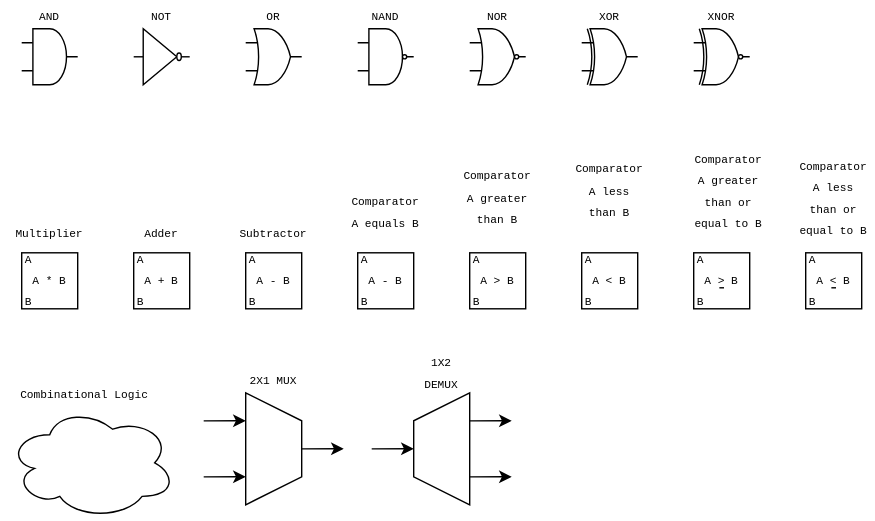
Earlier version of the draw.io export primitives.svg (tms4517/drawio_ai_schematic). Source tidied: cells renumbered, new cells last; positions are measured from the earlier drawing's top-left corner, leaving out a move shared by most shapes.
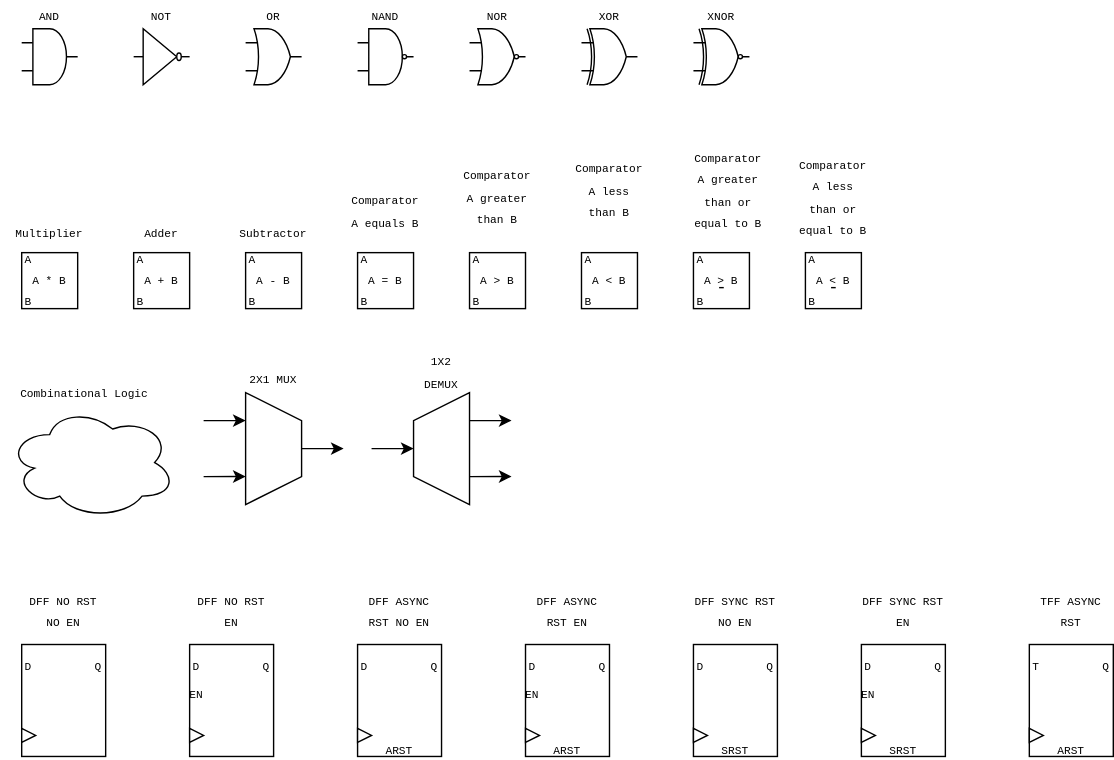
The same file after the commit.

Commit message:
Include common FFs in primitives file

Diff of the diagram source:
```diff
@@ -241,11 +241,140 @@
     <mxCell id="73" value="&lt;font style=&quot;font-size: 8px;&quot;&gt;A&amp;nbsp; &amp;nbsp;B&lt;/font&gt;" style="text;html=1;whiteSpace=wrap;strokeColor=none;fillColor=none;align=center;verticalAlign=middle;rounded=0;fontFamily=Monospace;" parent="1" vertex="1">
       <mxGeometry x="255" y="195" width="40" height="10" as="geometry" />
     </mxCell>
-    <mxCell id="74" value="&lt;span style=&quot;font-size: 8px;&quot;&gt;-&lt;/span&gt;" style="text;html=1;whiteSpace=wrap;strokeColor=none;fillColor=none;align=center;verticalAlign=middle;rounded=0;fontFamily=Monospace;" parent="1" vertex="1">
+    <mxCell id="74" value="&lt;span style=&quot;font-size: 8px;&quot;&gt;=&lt;/span&gt;" style="text;html=1;whiteSpace=wrap;strokeColor=none;fillColor=none;align=center;verticalAlign=middle;rounded=0;fontFamily=Monospace;" parent="1" vertex="1">
       <mxGeometry x="245" y="185" width="60" height="30" as="geometry" />
     </mxCell>
     <mxCell id="75" value="&lt;font face=&quot;monospace&quot;&gt;&lt;span style=&quot;font-size: 8px;&quot;&gt;Comparator A equals B&lt;/span&gt;&lt;/font&gt;" style="text;html=1;whiteSpace=wrap;strokeColor=none;fillColor=none;align=center;verticalAlign=middle;rounded=0;" parent="1" vertex="1">
       <mxGeometry x="255" y="120" width="40" height="60" as="geometry" />
     </mxCell>
+    <mxCell id="76" style="rounded=0;whiteSpace=wrap;html=1;" parent="1" vertex="1">
+      <mxGeometry x="15" y="460" width="60" height="80" as="geometry" />
+    </mxCell>
+    <mxCell id="77" value="&lt;font face=&quot;Monospace&quot; style=&quot;font-size: 8px;&quot;&gt;D&lt;/font&gt;" style="text;html=1;whiteSpace=wrap;strokeColor=none;fillColor=none;align=center;verticalAlign=middle;rounded=0;" parent="1" vertex="1">
+      <mxGeometry x="15" y="470" width="10" height="10" as="geometry" />
+    </mxCell>
+    <mxCell id="78" value="&lt;font face=&quot;monospace&quot;&gt;&lt;span style=&quot;font-size: 8px;&quot;&gt;Q&lt;/span&gt;&lt;/font&gt;" style="text;html=1;whiteSpace=wrap;strokeColor=none;fillColor=none;align=center;verticalAlign=middle;rounded=0;" parent="1" vertex="1">
+      <mxGeometry x="65" y="470" width="10" height="10" as="geometry" />
+    </mxCell>
+    <mxCell id="79" style="triangle;whiteSpace=wrap;html=1;shapeInside=1;" parent="1" vertex="1">
+      <mxGeometry x="15" y="520" width="10" height="10" as="geometry" />
+    </mxCell>
+    <mxCell id="80" value="&lt;font face=&quot;Monospace&quot; style=&quot;font-size: 8px;&quot;&gt;DFF NO RST NO EN&lt;/font&gt;" style="text;html=1;whiteSpace=wrap;strokeColor=none;fillColor=none;align=center;verticalAlign=middle;rounded=0;" parent="1" vertex="1">
+      <mxGeometry x="15" y="420" width="60" height="30" as="geometry" />
+    </mxCell>
+    <mxCell id="81" style="rounded=0;whiteSpace=wrap;html=1;" parent="1" vertex="1">
+      <mxGeometry x="135" y="460" width="60" height="80" as="geometry" />
+    </mxCell>
+    <mxCell id="82" value="&lt;font face=&quot;Monospace&quot; style=&quot;font-size: 8px;&quot;&gt;D&lt;/font&gt;" style="text;html=1;whiteSpace=wrap;strokeColor=none;fillColor=none;align=center;verticalAlign=middle;rounded=0;" parent="1" vertex="1">
+      <mxGeometry x="135" y="470" width="10" height="10" as="geometry" />
+    </mxCell>
+    <mxCell id="83" value="&lt;font face=&quot;monospace&quot;&gt;&lt;span style=&quot;font-size: 8px;&quot;&gt;Q&lt;/span&gt;&lt;/font&gt;" style="text;html=1;whiteSpace=wrap;strokeColor=none;fillColor=none;align=center;verticalAlign=middle;rounded=0;" parent="1" vertex="1">
+      <mxGeometry x="185" y="470" width="10" height="10" as="geometry" />
+    </mxCell>
+    <mxCell id="84" style="triangle;whiteSpace=wrap;html=1;shapeInside=1;" parent="1" vertex="1">
+      <mxGeometry x="135" y="520" width="10" height="10" as="geometry" />
+    </mxCell>
+    <mxCell id="85" value="&lt;font face=&quot;Monospace&quot; style=&quot;font-size: 8px;&quot;&gt;DFF NO RST EN&lt;/font&gt;" style="text;html=1;whiteSpace=wrap;strokeColor=none;fillColor=none;align=center;verticalAlign=middle;rounded=0;" parent="1" vertex="1">
+      <mxGeometry x="135" y="420" width="60" height="30" as="geometry" />
+    </mxCell>
+    <mxCell id="86" value="&lt;font face=&quot;Monospace&quot; style=&quot;font-size: 8px;&quot;&gt;EN&lt;/font&gt;" style="text;html=1;whiteSpace=wrap;strokeColor=none;fillColor=none;align=center;verticalAlign=middle;rounded=0;" parent="1" vertex="1">
+      <mxGeometry x="135" y="490" width="10" height="10" as="geometry" />
+    </mxCell>
+    <mxCell id="87" style="rounded=0;whiteSpace=wrap;html=1;" parent="1" vertex="1">
+      <mxGeometry x="255" y="460" width="60" height="80" as="geometry" />
+    </mxCell>
+    <mxCell id="88" value="&lt;font face=&quot;Monospace&quot; style=&quot;font-size: 8px;&quot;&gt;D&lt;/font&gt;" style="text;html=1;whiteSpace=wrap;strokeColor=none;fillColor=none;align=center;verticalAlign=middle;rounded=0;" parent="1" vertex="1">
+      <mxGeometry x="255" y="470" width="10" height="10" as="geometry" />
+    </mxCell>
+    <mxCell id="89" value="&lt;font face=&quot;monospace&quot;&gt;&lt;span style=&quot;font-size: 8px;&quot;&gt;Q&lt;/span&gt;&lt;/font&gt;" style="text;html=1;whiteSpace=wrap;strokeColor=none;fillColor=none;align=center;verticalAlign=middle;rounded=0;" parent="1" vertex="1">
+      <mxGeometry x="305" y="470" width="10" height="10" as="geometry" />
+    </mxCell>
+    <mxCell id="90" style="triangle;whiteSpace=wrap;html=1;shapeInside=1;" parent="1" vertex="1">
+      <mxGeometry x="255" y="520" width="10" height="10" as="geometry" />
+    </mxCell>
+    <mxCell id="91" value="&lt;font face=&quot;Monospace&quot; style=&quot;font-size: 8px;&quot;&gt;DFF ASYNC RST NO EN&lt;/font&gt;" style="text;html=1;whiteSpace=wrap;strokeColor=none;fillColor=none;align=center;verticalAlign=middle;rounded=0;" parent="1" vertex="1">
+      <mxGeometry x="255" y="420" width="60" height="30" as="geometry" />
+    </mxCell>
+    <mxCell id="92" value="&lt;font face=&quot;Monospace&quot; style=&quot;font-size: 8px;&quot;&gt;ARST&lt;/font&gt;" style="text;html=1;whiteSpace=wrap;strokeColor=none;fillColor=none;align=center;verticalAlign=middle;rounded=0;" parent="1" vertex="1">
+      <mxGeometry x="280" y="530" width="10" height="10" as="geometry" />
+    </mxCell>
+    <mxCell id="93" style="rounded=0;whiteSpace=wrap;html=1;" parent="1" vertex="1">
+      <mxGeometry x="375" y="460" width="60" height="80" as="geometry" />
+    </mxCell>
+    <mxCell id="94" value="&lt;font face=&quot;Monospace&quot; style=&quot;font-size: 8px;&quot;&gt;D&lt;/font&gt;" style="text;html=1;whiteSpace=wrap;strokeColor=none;fillColor=none;align=center;verticalAlign=middle;rounded=0;" parent="1" vertex="1">
+      <mxGeometry x="375" y="470" width="10" height="10" as="geometry" />
+    </mxCell>
+    <mxCell id="95" value="&lt;font face=&quot;monospace&quot;&gt;&lt;span style=&quot;font-size: 8px;&quot;&gt;Q&lt;/span&gt;&lt;/font&gt;" style="text;html=1;whiteSpace=wrap;strokeColor=none;fillColor=none;align=center;verticalAlign=middle;rounded=0;" parent="1" vertex="1">
+      <mxGeometry x="425" y="470" width="10" height="10" as="geometry" />
+    </mxCell>
+    <mxCell id="96" style="triangle;whiteSpace=wrap;html=1;shapeInside=1;" parent="1" vertex="1">
+      <mxGeometry x="375" y="520" width="10" height="10" as="geometry" />
+    </mxCell>
+    <mxCell id="97" value="&lt;font face=&quot;Monospace&quot; style=&quot;font-size: 8px;&quot;&gt;DFF ASYNC RST EN&lt;/font&gt;" style="text;html=1;whiteSpace=wrap;strokeColor=none;fillColor=none;align=center;verticalAlign=middle;rounded=0;" parent="1" vertex="1">
+      <mxGeometry x="375" y="420" width="60" height="30" as="geometry" />
+    </mxCell>
+    <mxCell id="98" value="&lt;font face=&quot;Monospace&quot; style=&quot;font-size: 8px;&quot;&gt;ARST&lt;/font&gt;" style="text;html=1;whiteSpace=wrap;strokeColor=none;fillColor=none;align=center;verticalAlign=middle;rounded=0;" parent="1" vertex="1">
+      <mxGeometry x="400" y="530" width="10" height="10" as="geometry" />
+    </mxCell>
+    <mxCell id="99" value="&lt;font face=&quot;Monospace&quot; style=&quot;font-size: 8px;&quot;&gt;EN&lt;/font&gt;" style="text;html=1;whiteSpace=wrap;strokeColor=none;fillColor=none;align=center;verticalAlign=middle;rounded=0;" parent="1" vertex="1">
+      <mxGeometry x="375" y="490" width="10" height="10" as="geometry" />
+    </mxCell>
+    <mxCell id="100" style="rounded=0;whiteSpace=wrap;html=1;" parent="1" vertex="1">
+      <mxGeometry x="495" y="460" width="60" height="80" as="geometry" />
+    </mxCell>
+    <mxCell id="101" value="&lt;font face=&quot;Monospace&quot; style=&quot;font-size: 8px;&quot;&gt;D&lt;/font&gt;" style="text;html=1;whiteSpace=wrap;strokeColor=none;fillColor=none;align=center;verticalAlign=middle;rounded=0;" parent="1" vertex="1">
+      <mxGeometry x="495" y="470" width="10" height="10" as="geometry" />
+    </mxCell>
+    <mxCell id="102" value="&lt;font face=&quot;monospace&quot;&gt;&lt;span style=&quot;font-size: 8px;&quot;&gt;Q&lt;/span&gt;&lt;/font&gt;" style="text;html=1;whiteSpace=wrap;strokeColor=none;fillColor=none;align=center;verticalAlign=middle;rounded=0;" parent="1" vertex="1">
+      <mxGeometry x="545" y="470" width="10" height="10" as="geometry" />
+    </mxCell>
+    <mxCell id="103" style="triangle;whiteSpace=wrap;html=1;shapeInside=1;" parent="1" vertex="1">
+      <mxGeometry x="495" y="520" width="10" height="10" as="geometry" />
+    </mxCell>
+    <mxCell id="104" value="&lt;font face=&quot;Monospace&quot; style=&quot;font-size: 8px;&quot;&gt;DFF SYNC RST NO EN&lt;/font&gt;" style="text;html=1;whiteSpace=wrap;strokeColor=none;fillColor=none;align=center;verticalAlign=middle;rounded=0;" parent="1" vertex="1">
+      <mxGeometry x="495" y="420" width="60" height="30" as="geometry" />
+    </mxCell>
+    <mxCell id="105" value="&lt;font face=&quot;Monospace&quot; style=&quot;font-size: 8px;&quot;&gt;SRST&lt;/font&gt;" style="text;html=1;whiteSpace=wrap;strokeColor=none;fillColor=none;align=center;verticalAlign=middle;rounded=0;" parent="1" vertex="1">
+      <mxGeometry x="520" y="530" width="10" height="10" as="geometry" />
+    </mxCell>
+    <mxCell id="106" style="rounded=0;whiteSpace=wrap;html=1;" parent="1" vertex="1">
+      <mxGeometry x="615" y="460" width="60" height="80" as="geometry" />
+    </mxCell>
+    <mxCell id="107" value="&lt;font face=&quot;Monospace&quot; style=&quot;font-size: 8px;&quot;&gt;D&lt;/font&gt;" style="text;html=1;whiteSpace=wrap;strokeColor=none;fillColor=none;align=center;verticalAlign=middle;rounded=0;" parent="1" vertex="1">
+      <mxGeometry x="615" y="470" width="10" height="10" as="geometry" />
+    </mxCell>
+    <mxCell id="108" value="&lt;font face=&quot;monospace&quot;&gt;&lt;span style=&quot;font-size: 8px;&quot;&gt;Q&lt;/span&gt;&lt;/font&gt;" style="text;html=1;whiteSpace=wrap;strokeColor=none;fillColor=none;align=center;verticalAlign=middle;rounded=0;" parent="1" vertex="1">
+      <mxGeometry x="665" y="470" width="10" height="10" as="geometry" />
+    </mxCell>
+    <mxCell id="109" style="triangle;whiteSpace=wrap;html=1;shapeInside=1;" parent="1" vertex="1">
+      <mxGeometry x="615" y="520" width="10" height="10" as="geometry" />
+    </mxCell>
+    <mxCell id="110" value="&lt;font face=&quot;Monospace&quot; style=&quot;font-size: 8px;&quot;&gt;DFF SYNC RST EN&lt;/font&gt;" style="text;html=1;whiteSpace=wrap;strokeColor=none;fillColor=none;align=center;verticalAlign=middle;rounded=0;" parent="1" vertex="1">
+      <mxGeometry x="615" y="420" width="60" height="30" as="geometry" />
+    </mxCell>
+    <mxCell id="111" value="&lt;font face=&quot;Monospace&quot; style=&quot;font-size: 8px;&quot;&gt;SRST&lt;/font&gt;" style="text;html=1;whiteSpace=wrap;strokeColor=none;fillColor=none;align=center;verticalAlign=middle;rounded=0;" parent="1" vertex="1">
+      <mxGeometry x="640" y="530" width="10" height="10" as="geometry" />
+    </mxCell>
+    <mxCell id="112" value="&lt;font face=&quot;Monospace&quot; style=&quot;font-size: 8px;&quot;&gt;EN&lt;/font&gt;" style="text;html=1;whiteSpace=wrap;strokeColor=none;fillColor=none;align=center;verticalAlign=middle;rounded=0;" parent="1" vertex="1">
+      <mxGeometry x="615" y="490" width="10" height="10" as="geometry" />
+    </mxCell>
+    <mxCell id="113" style="rounded=0;whiteSpace=wrap;html=1;" parent="1" vertex="1">
+      <mxGeometry x="735" y="460" width="60" height="80" as="geometry" />
+    </mxCell>
+    <mxCell id="114" value="&lt;font face=&quot;Monospace&quot; style=&quot;font-size: 8px;&quot;&gt;T&lt;/font&gt;" style="text;html=1;whiteSpace=wrap;strokeColor=none;fillColor=none;align=center;verticalAlign=middle;rounded=0;" parent="1" vertex="1">
+      <mxGeometry x="735" y="470" width="10" height="10" as="geometry" />
+    </mxCell>
+    <mxCell id="115" value="&lt;font face=&quot;monospace&quot;&gt;&lt;span style=&quot;font-size: 8px;&quot;&gt;Q&lt;/span&gt;&lt;/font&gt;" style="text;html=1;whiteSpace=wrap;strokeColor=none;fillColor=none;align=center;verticalAlign=middle;rounded=0;" parent="1" vertex="1">
+      <mxGeometry x="785" y="470" width="10" height="10" as="geometry" />
+    </mxCell>
+    <mxCell id="116" style="triangle;whiteSpace=wrap;html=1;shapeInside=1;" parent="1" vertex="1">
+      <mxGeometry x="735" y="520" width="10" height="10" as="geometry" />
+    </mxCell>
+    <mxCell id="117" value="&lt;font face=&quot;Monospace&quot; style=&quot;font-size: 8px;&quot;&gt;TFF ASYNC RST&amp;nbsp;&lt;/font&gt;" style="text;html=1;whiteSpace=wrap;strokeColor=none;fillColor=none;align=center;verticalAlign=middle;rounded=0;" parent="1" vertex="1">
+      <mxGeometry x="735" y="420" width="60" height="30" as="geometry" />
+    </mxCell>
+    <mxCell id="118" value="&lt;font face=&quot;Monospace&quot; style=&quot;font-size: 8px;&quot;&gt;ARST&lt;/font&gt;" style="text;html=1;whiteSpace=wrap;strokeColor=none;fillColor=none;align=center;verticalAlign=middle;rounded=0;" parent="1" vertex="1">
+      <mxGeometry x="760" y="530" width="10" height="10" as="geometry" />
+    </mxCell>
   </root>
 </mxGraphModel>
```
